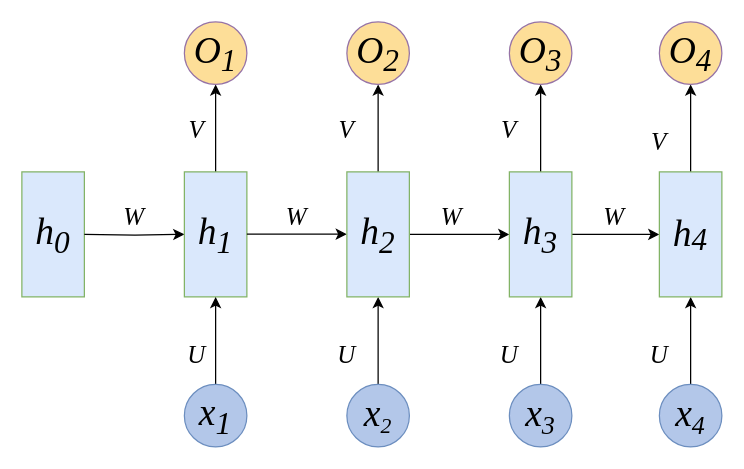
The draw.io diagram efficient_transformer/rnn.drawio in lengyueit/paper_pic, before the edit. Source tidied: cells renumbered, new cells numbered last; positions are measured from the earlier drawing's top-left corner, leaving out a move shared by most shapes. Both pictures are drawn from the tidied source at 125%, with x=0, y=0 at pixel (21, 21).
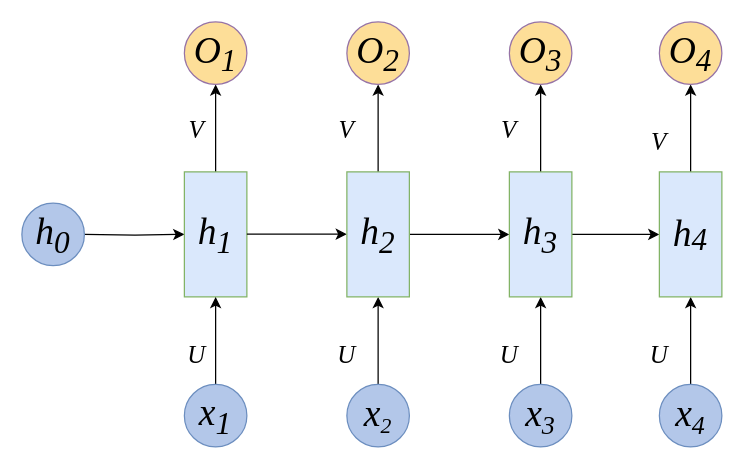
The same diagram, later.

Change to the diagram source:
```diff
@@
-    <mxCell id="2" value="h&lt;sub&gt;0&lt;/sub&gt;" style="rounded=0;whiteSpace=wrap;html=1;fontFamily=Times New Roman;fontSize=30;fontStyle=2;fillColor=#dae8fc;strokeColor=#82b366;" parent="1" vertex="1">
-      <mxGeometry y="120" width="50" height="100" as="geometry" />
-    </mxCell>
@@
-    <mxCell id="16" value="W" style="text;html=1;align=center;verticalAlign=middle;whiteSpace=wrap;rounded=0;fontFamily=Times New Roman;fontSize=20;fontStyle=2;" parent="1" vertex="1">
-      <mxGeometry x="60" y="140" width="60" height="30" as="geometry" />
-    </mxCell>
-    <mxCell id="17" value="W" style="text;html=1;align=center;verticalAlign=middle;whiteSpace=wrap;rounded=0;fontFamily=Times New Roman;fontSize=20;fontStyle=2;" parent="1" vertex="1">
-      <mxGeometry x="190" y="140" width="60" height="30" as="geometry" />
-    </mxCell>
@@
-    <mxCell id="28" value="W" style="text;html=1;align=center;verticalAlign=middle;whiteSpace=wrap;rounded=0;fontFamily=Times New Roman;fontSize=20;fontStyle=2;" parent="1" vertex="1">
-      <mxGeometry x="314" y="140" width="60" height="30" as="geometry" />
-    </mxCell>
-    <mxCell id="29" value="W" style="text;html=1;align=center;verticalAlign=middle;whiteSpace=wrap;rounded=0;fontFamily=Times New Roman;fontSize=20;fontStyle=2;" parent="1" vertex="1">
-      <mxGeometry x="444" y="140" width="60" height="30" as="geometry" />
-    </mxCell>
@@
+    <mxCell id="2" value="&lt;i&gt;&lt;span style=&quot;font-size: 30px;&quot;&gt;h&lt;/span&gt;&lt;sub style=&quot;&quot;&gt;&lt;font style=&quot;font-size: 25px;&quot;&gt;0&lt;/font&gt;&lt;/sub&gt;&lt;/i&gt;" style="ellipse;whiteSpace=wrap;html=1;fontFamily=Times New Roman;fontSize=30;fillColor=#b3c7e9;strokeColor=#6c8ebf;" parent="1" vertex="1">
+      <mxGeometry y="145" width="50" height="50" as="geometry" />
+    </mxCell>
```
